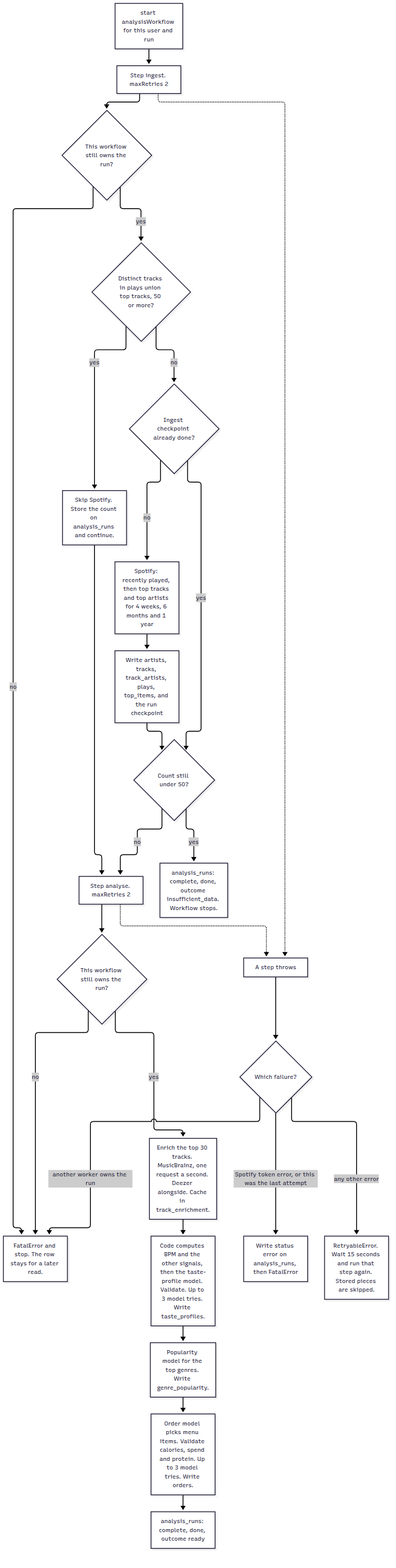
Before: docs/architecture/ingestion-workflow.png, a diagram exported from Mermaid (laurence-presland/spotdonalds). Its source is kept beside it as docs/architecture/ingestion-workflow.mmd. Source of this version:
```mermaid
flowchart TD
  start["start analysisWorkflow for this user and run"] --> ingest["Step ingest. maxRetries 2"]
  ingest --> own{"This workflow still owns the run?"}
  own -->|no| fatal["FatalError and stop. The row stays for a later read."]
  own -->|yes| enough{"Distinct tracks in plays union top tracks, 50 or more?"}
  enough -->|yes| remembered["Skip Spotify. Store the count on analysis_runs and continue."]
  enough -->|no| checkpoint{"Ingest checkpoint already done?"}
  checkpoint -->|no| fetch["Spotify: recently played, then top tracks and top artists for 4 weeks, 6 months and 1 year"]
  fetch --> written["Write artists, tracks, track_artists, plays, top_items, and the run checkpoint"]
  checkpoint -->|yes| recount{"Count still under 50?"}
  written --> recount
  recount -->|yes| short["analysis_runs: complete, done, outcome insufficient_data. Workflow stops."]
  recount -->|no| analyse
  remembered --> analyse["Step analyse. maxRetries 2"]
  analyse --> own2{"This workflow still owns the run?"}
  own2 -->|no| fatal
  own2 -->|yes| enrich["Enrich the top 30 tracks. MusicBrainz, one request a second. Deezer alongside. Cache in track_enrichment."]
  enrich --> profile["Code computes BPM and the other signals, then the taste-profile model. Validate. Up to 3 model tries. Write taste_profiles."]
  profile --> popularity["Popularity model for the top genres. Write genre_popularity."]
  popularity --> order["Order model picks menu items. Validate calories, spend and protein. Up to 3 model tries. Write orders."]
  order --> ready["analysis_runs: complete, done, outcome ready"]
  ingest -.-> trouble["A step throws"]
  analyse -.-> trouble
  trouble --> which{"Which failure?"}
  which -->|another worker owns the run| fatal
  which -->|Spotify token error, or this was the last attempt| errored["Write status error on analysis_runs, then FatalError"]
  which -->|any other error| again["RetryableError. Wait 15 seconds and run that step again. Stored pieces are skipped."]
```
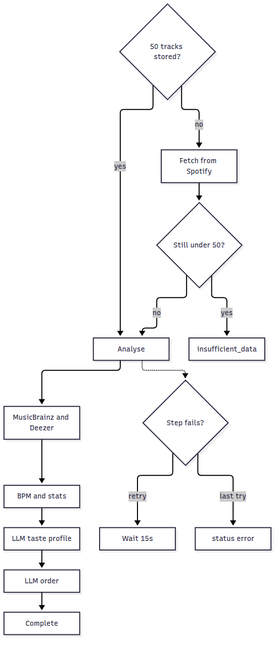
The same file after the commit.

The edit, as a diff of the source:
```diff
@@ -1,27 +1,14 @@
 flowchart TD
-  start["start analysisWorkflow for this user and run"] --> ingest["Step ingest. maxRetries 2"]
-  ingest --> own{"This workflow still owns the run?"}
-  own -->|no| fatal["FatalError and stop. The row stays for a later read."]
-  own -->|yes| enough{"Distinct tracks in plays union top tracks, 50 or more?"}
-  enough -->|yes| remembered["Skip Spotify. Store the count on analysis_runs and continue."]
-  enough -->|no| checkpoint{"Ingest checkpoint already done?"}
-  checkpoint -->|no| fetch["Spotify: recently played, then top tracks and top artists for 4 weeks, 6 months and 1 year"]
-  fetch --> written["Write artists, tracks, track_artists, plays, top_items, and the run checkpoint"]
-  checkpoint -->|yes| recount{"Count still under 50?"}
-  written --> recount
-  recount -->|yes| short["analysis_runs: complete, done, outcome insufficient_data. Workflow stops."]
-  recount -->|no| analyse
-  remembered --> analyse["Step analyse. maxRetries 2"]
-  analyse --> own2{"This workflow still owns the run?"}
-  own2 -->|no| fatal
-  own2 -->|yes| enrich["Enrich the top 30 tracks. MusicBrainz, one request a second. Deezer alongside. Cache in track_enrichment."]
-  enrich --> profile["Code computes BPM and the other signals, then the taste-profile model. Validate. Up to 3 model tries. Write taste_profiles."]
-  profile --> popularity["Popularity model for the top genres. Write genre_popularity."]
-  popularity --> order["Order model picks menu items. Validate calories, spend and protein. Up to 3 model tries. Write orders."]
-  order --> ready["analysis_runs: complete, done, outcome ready"]
-  ingest -.-> trouble["A step throws"]
-  analyse -.-> trouble
-  trouble --> which{"Which failure?"}
-  which -->|another worker owns the run| fatal
-  which -->|Spotify token error, or this was the last attempt| errored["Write status error on analysis_runs, then FatalError"]
-  which -->|any other error| again["RetryableError. Wait 15 seconds and run that step again. Stored pieces are skipped."]
+  count{"50 tracks stored?"} -->|yes| analyse
+  count -->|no| fetch["Fetch from Spotify"]
+  fetch --> still{"Still under 50?"}
+  still -->|yes| short["insufficient_data"]
+  still -->|no| analyse["Analyse"]
+  analyse --> enrich["MusicBrainz and Deezer"]
+  enrich --> stats["BPM and stats"]
+  stats --> profile["LLM taste profile"]
+  profile --> order["LLM order"]
+  order --> done["Complete"]
+  analyse -.-> fail{"Step fails?"}
+  fail -->|retry| again["Wait 15s"]
+  fail -->|last try| stop["status error"]
```
